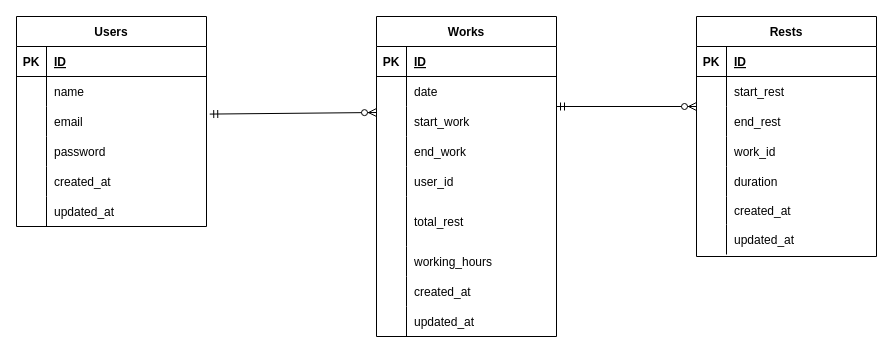
Yue019/atte1 keeps this draw.io diagram as src/atte.dio. Above is the earlier version. Source tidied: cells renumbered, new cells numbered last; positions are measured from the earlier drawing's top-left corner, leaving out a move shared by most shapes. Both pictures are drawn from the tidied source at 100%, with x=0, y=0 at pixel (16, 16).
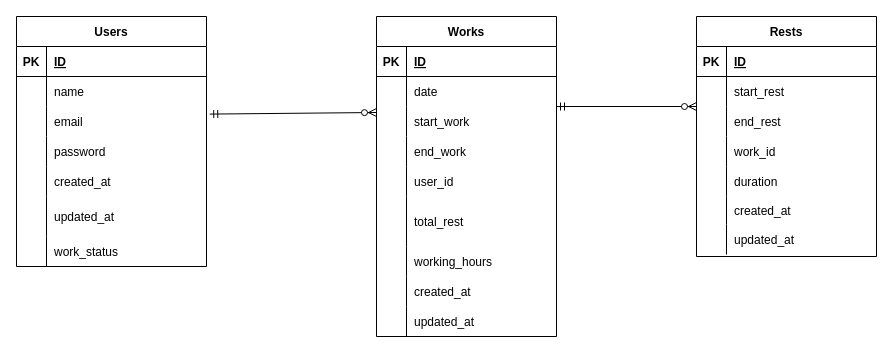
Above is the later version.

Diff of the diagram source:
```diff
@@
     <mxCell id="2" value="Users" style="shape=table;startSize=30;childLayout=tableLayout;rowLines=0;fontStyle=1;align=center;" parent="1" vertex="1">
-      <mxGeometry width="190" height="210" as="geometry" />
+      <mxGeometry width="190" height="250" as="geometry" />
     </mxCell>
@@
     <mxCell id="18" style="shape=tableRow;horizontal=0;startSize=0;swimlaneHead=0;swimlaneBody=0;fillColor=none;top=0;left=0;right=0;bottom=0;" parent="2" vertex="1">
-      <mxGeometry y="180" width="190" height="30" as="geometry" />
+      <mxGeometry y="180" width="190" height="40" as="geometry" />
     </mxCell>
     <mxCell id="19" style="shape=partialRectangle;fillColor=none;top=0;left=0;bottom=0;right=0;overflow=hidden;" parent="18" vertex="1">
-      <mxGeometry width="30" height="30" as="geometry" />
+      <mxGeometry width="30" height="40" as="geometry" />
     </mxCell>
     <mxCell id="20" value="updated_at" style="shape=partialRectangle;fillColor=none;top=0;left=0;bottom=0;right=0;align=left;spacingLeft=6;overflow=hidden;" parent="18" vertex="1">
-      <mxGeometry x="30" width="160" height="30" as="geometry" />
+      <mxGeometry x="30" width="160" height="40" as="geometry" />
     </mxCell>
+    <mxCell id="73" style="shape=tableRow;horizontal=0;startSize=0;swimlaneHead=0;swimlaneBody=0;fillColor=none;top=0;left=0;right=0;bottom=0;" parent="2" vertex="1">
+      <mxGeometry y="220" width="190" height="30" as="geometry" />
+    </mxCell>
+    <mxCell id="74" style="shape=partialRectangle;fillColor=none;top=0;left=0;bottom=0;right=0;overflow=hidden;" parent="73" vertex="1">
+      <mxGeometry width="30" height="30" as="geometry" />
+    </mxCell>
+    <mxCell id="75" value="work_status" style="shape=partialRectangle;fillColor=none;top=0;left=0;bottom=0;right=0;align=left;spacingLeft=6;overflow=hidden;" parent="73" vertex="1">
+      <mxGeometry x="30" width="160" height="30" as="geometry" />
+    </mxCell>
```
